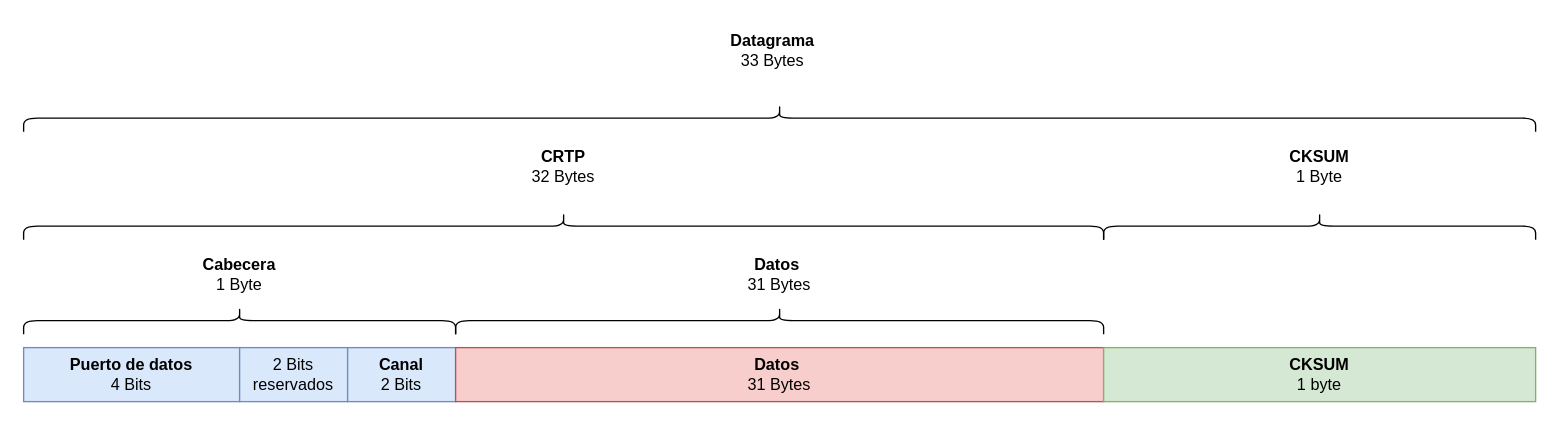
The draw.io diagram page "Página-1" (1 of 2) of diagrams/drawio/datagrama.drawio in lcruper/tfm-multiagent, before the edit. Source tidied: cells renumbered, new cells numbered last; positions are measured from the earlier drawing's top-left corner, leaving out a move shared by most shapes. Both pictures are drawn from the tidied source at 135%, with x=0, y=0 at pixel (23, -639).
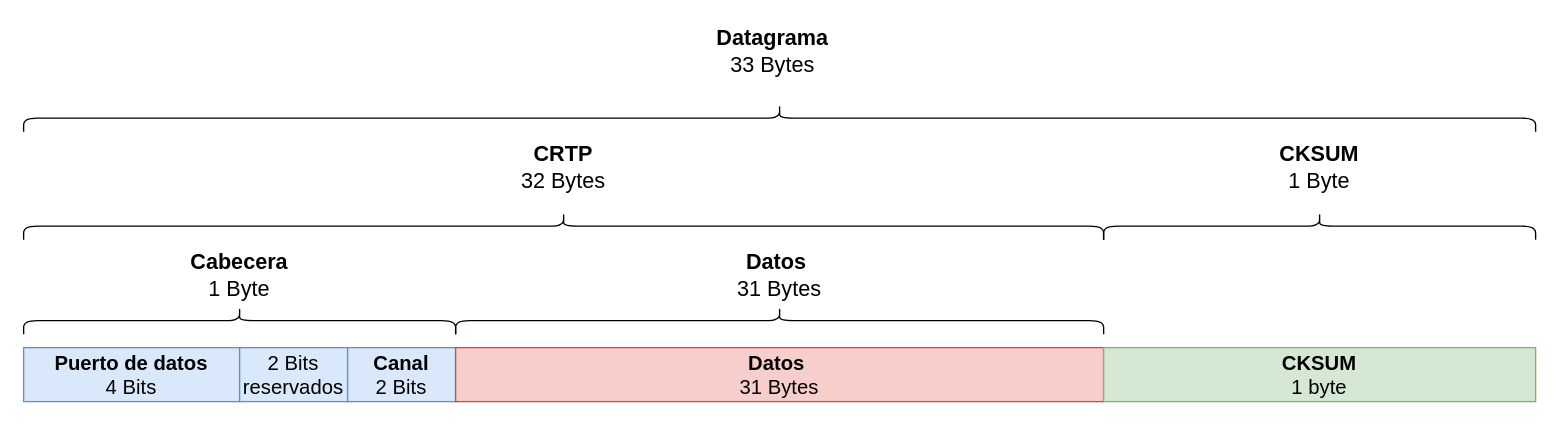
Above is the later version.

What changed in the source:
```diff
@@
 <mxGraphModel>
   <root>
     <mxCell id="0" />
     <mxCell id="1" parent="0" />
-    <mxCell id="2" value="&lt;b&gt;Puerto de datos&lt;/b&gt;&lt;div&gt;4 Bits&lt;/div&gt;" style="rounded=0;whiteSpace=wrap;html=1;fillColor=#dae8fc;strokeColor=#6c8ebf;" parent="1" vertex="1">
+    <mxCell id="2" value="&lt;b&gt;Puerto de datos&lt;/b&gt;&lt;div&gt;4 Bits&lt;/div&gt;" style="rounded=0;whiteSpace=wrap;html=1;fillColor=#dae8fc;strokeColor=#6c8ebf;fontSize=15;" parent="1" vertex="1">
       <mxGeometry y="730" width="160" height="40" as="geometry" />
     </mxCell>
-    <mxCell id="3" value="2 Bits reservados" style="rounded=0;whiteSpace=wrap;html=1;fillColor=#dae8fc;strokeColor=#6c8ebf;" parent="1" vertex="1">
+    <mxCell id="3" value="2 Bits reservados" style="rounded=0;whiteSpace=wrap;html=1;fillColor=#dae8fc;strokeColor=#6c8ebf;fontSize=15;" parent="1" vertex="1">
       <mxGeometry x="160" y="730" width="80" height="40" as="geometry" />
     </mxCell>
-    <mxCell id="4" value="&lt;b&gt;Canal&lt;/b&gt;&lt;div&gt;2 Bits&lt;/div&gt;" style="rounded=0;whiteSpace=wrap;html=1;fillColor=#dae8fc;strokeColor=#6c8ebf;" parent="1" vertex="1">
+    <mxCell id="4" value="&lt;b&gt;Canal&lt;/b&gt;&lt;div&gt;2 Bits&lt;/div&gt;" style="rounded=0;whiteSpace=wrap;html=1;fillColor=#dae8fc;strokeColor=#6c8ebf;fontSize=15;" parent="1" vertex="1">
       <mxGeometry x="240" y="730" width="80" height="40" as="geometry" />
     </mxCell>
-    <mxCell id="5" value="&lt;b&gt;Cabecera&lt;br&gt;&lt;/b&gt;&lt;div&gt;1 Byte&lt;/div&gt;" style="rounded=0;whiteSpace=wrap;html=1;fillColor=none;strokeColor=none;" parent="1" vertex="1">
+    <mxCell id="5" value="&lt;b&gt;Cabecera&lt;br&gt;&lt;/b&gt;&lt;div&gt;1 Byte&lt;/div&gt;" style="rounded=0;whiteSpace=wrap;html=1;fillColor=none;strokeColor=none;fontSize=16;" parent="1" vertex="1">
       <mxGeometry y="656" width="320" height="40" as="geometry" />
     </mxCell>
-    <mxCell id="6" value="&lt;b&gt;Datos&amp;nbsp;&lt;/b&gt;&lt;div&gt;&lt;span style=&quot;background-color: transparent; color: light-dark(rgb(0, 0, 0), rgb(255, 255, 255));&quot;&gt;31 Bytes&lt;/span&gt;&lt;/div&gt;" style="rounded=0;whiteSpace=wrap;html=1;align=center;fillColor=none;strokeColor=none;" parent="1" vertex="1">
+    <mxCell id="6" value="&lt;b&gt;Datos&amp;nbsp;&lt;/b&gt;&lt;div&gt;&lt;span style=&quot;background-color: transparent; color: light-dark(rgb(0, 0, 0), rgb(255, 255, 255));&quot;&gt;31 Bytes&lt;/span&gt;&lt;/div&gt;" style="rounded=0;whiteSpace=wrap;html=1;align=center;fillColor=none;strokeColor=none;fontSize=16;" parent="1" vertex="1">
       <mxGeometry x="320" y="656" width="480" height="40" as="geometry" />
     </mxCell>
-    <mxCell id="7" value="&lt;b&gt;Datos&amp;nbsp;&lt;/b&gt;&lt;div&gt;&lt;span style=&quot;background-color: transparent; color: light-dark(rgb(0, 0, 0), rgb(255, 255, 255));&quot;&gt;31 Bytes&lt;/span&gt;&lt;/div&gt;" style="rounded=0;whiteSpace=wrap;html=1;align=center;fillColor=#f8cecc;strokeColor=#b85450;" parent="1" vertex="1">
+    <mxCell id="7" value="&lt;b&gt;Datos&amp;nbsp;&lt;/b&gt;&lt;div&gt;&lt;span style=&quot;background-color: transparent; color: light-dark(rgb(0, 0, 0), rgb(255, 255, 255));&quot;&gt;31 Bytes&lt;/span&gt;&lt;/div&gt;" style="rounded=0;whiteSpace=wrap;html=1;align=center;fillColor=#f8cecc;strokeColor=#b85450;fontSize=15;" parent="1" vertex="1">
       <mxGeometry x="320" y="730" width="480" height="40" as="geometry" />
     </mxCell>
-    <mxCell id="8" value="&lt;b&gt;CRTP&lt;/b&gt;&lt;div&gt;32 Bytes&lt;/div&gt;" style="rounded=0;whiteSpace=wrap;html=1;fillColor=none;strokeColor=none;" parent="1" vertex="1">
+    <mxCell id="8" value="&lt;b&gt;CRTP&lt;/b&gt;&lt;div&gt;32 Bytes&lt;/div&gt;" style="rounded=0;whiteSpace=wrap;html=1;fillColor=none;strokeColor=none;fontSize=16;" parent="1" vertex="1">
       <mxGeometry y="576" width="800" height="40" as="geometry" />
     </mxCell>
-    <mxCell id="9" value="&lt;b&gt;CKSUM&lt;/b&gt;&lt;div&gt;1 byte&lt;/div&gt;" style="rounded=0;whiteSpace=wrap;html=1;fillColor=#d5e8d4;strokeColor=#82b366;" parent="1" vertex="1">
+    <mxCell id="9" value="&lt;b&gt;CKSUM&lt;/b&gt;&lt;div&gt;1 byte&lt;/div&gt;" style="rounded=0;whiteSpace=wrap;html=1;fillColor=#d5e8d4;strokeColor=#82b366;fontSize=15;" parent="1" vertex="1">
       <mxGeometry x="800" y="730" width="320" height="40" as="geometry" />
     </mxCell>
     <mxCell id="10" style="shape=curlyBracket;whiteSpace=wrap;html=1;rounded=1;flipH=1;labelPosition=right;verticalLabelPosition=middle;align=left;verticalAlign=middle;rotation=-90;" parent="1" vertex="1">
       <mxGeometry x="150" y="550" width="20" height="320" as="geometry" />
     </mxCell>
     <mxCell id="11" style="shape=curlyBracket;whiteSpace=wrap;html=1;rounded=1;flipH=1;labelPosition=right;verticalLabelPosition=middle;align=left;verticalAlign=middle;rotation=-90;" parent="1" vertex="1">
       <mxGeometry x="550" y="470" width="20" height="480" as="geometry" />
     </mxCell>
     <mxCell id="12" style="shape=curlyBracket;whiteSpace=wrap;html=1;rounded=1;flipH=1;labelPosition=right;verticalLabelPosition=middle;align=left;verticalAlign=middle;rotation=-90;" parent="1" vertex="1">
       <mxGeometry x="390" y="240" width="20" height="800" as="geometry" />
     </mxCell>
-    <mxCell id="13" value="&lt;b&gt;Datagrama&lt;/b&gt;&lt;div&gt;33 Bytes&lt;/div&gt;" style="rounded=0;whiteSpace=wrap;html=1;fillColor=none;strokeColor=none;" parent="1" vertex="1">
+    <mxCell id="13" value="&lt;b&gt;Datagrama&lt;/b&gt;&lt;div&gt;33 Bytes&lt;/div&gt;" style="rounded=0;whiteSpace=wrap;html=1;fillColor=none;strokeColor=none;fontSize=16;" parent="1" vertex="1">
       <mxGeometry y="490" width="1110" height="40" as="geometry" />
     </mxCell>
     <mxCell id="14" style="shape=curlyBracket;whiteSpace=wrap;html=1;rounded=1;flipH=1;labelPosition=right;verticalLabelPosition=middle;align=left;verticalAlign=middle;rotation=-90;" parent="1" vertex="1">
       <mxGeometry x="550" width="20" height="1120" as="geometry" />
     </mxCell>
-    <mxCell id="15" value="&lt;b&gt;CKSUM&lt;/b&gt;&lt;br&gt;&lt;div&gt;1 Byte&lt;/div&gt;" style="rounded=0;whiteSpace=wrap;html=1;fillColor=none;strokeColor=none;" parent="1" vertex="1">
+    <mxCell id="15" value="&lt;b&gt;CKSUM&lt;/b&gt;&lt;br&gt;&lt;div&gt;1 Byte&lt;/div&gt;" style="rounded=0;whiteSpace=wrap;html=1;fillColor=none;strokeColor=none;fontSize=16;" parent="1" vertex="1">
       <mxGeometry x="800" y="576" width="320" height="40" as="geometry" />
     </mxCell>
     <mxCell id="16" style="shape=curlyBracket;whiteSpace=wrap;html=1;rounded=1;flipH=1;labelPosition=right;verticalLabelPosition=middle;align=left;verticalAlign=middle;rotation=-90;" parent="1" vertex="1">
       <mxGeometry x="950" y="480" width="20" height="320" as="geometry" />
     </mxCell>
   </root>
 </mxGraphModel>
```
